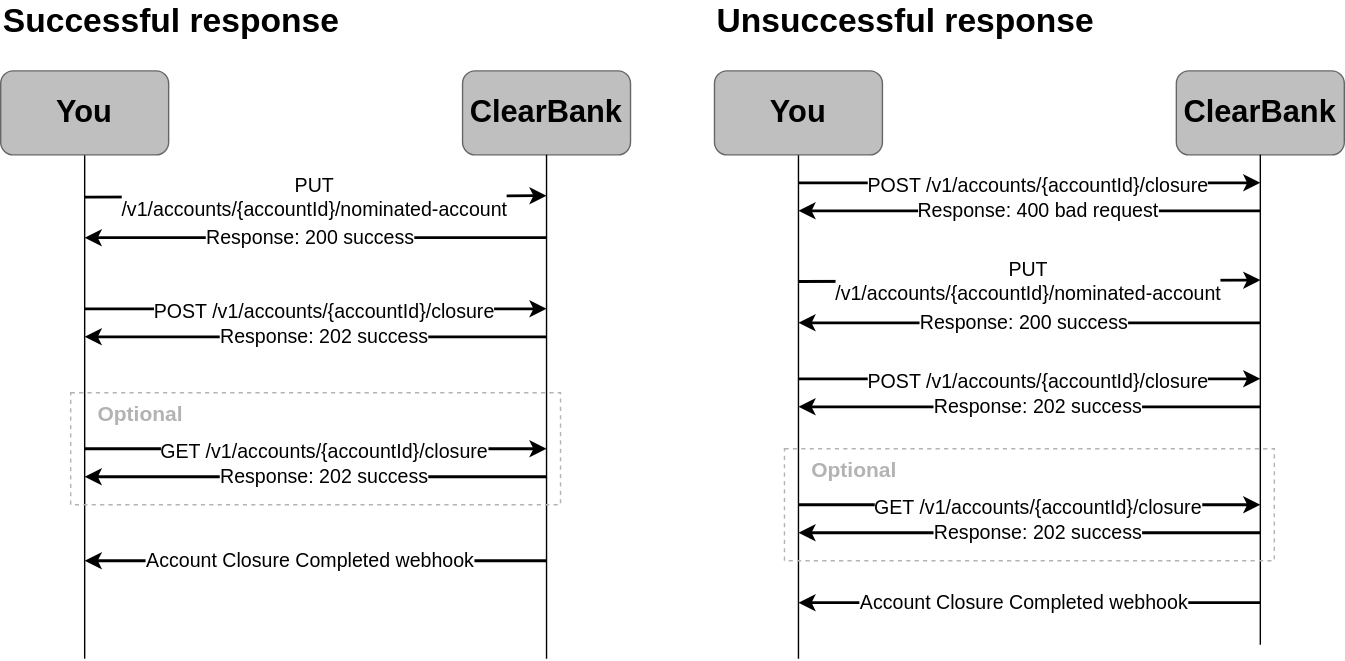
Before: static/assets/images/savings-account-close.svg, a diagram exported from draw.io (clearbank/clearbank.github.io). Source tidied: cells renumbered, new cells last; positions are measured from the earlier drawing's top-left corner, leaving out a move shared by most shapes.
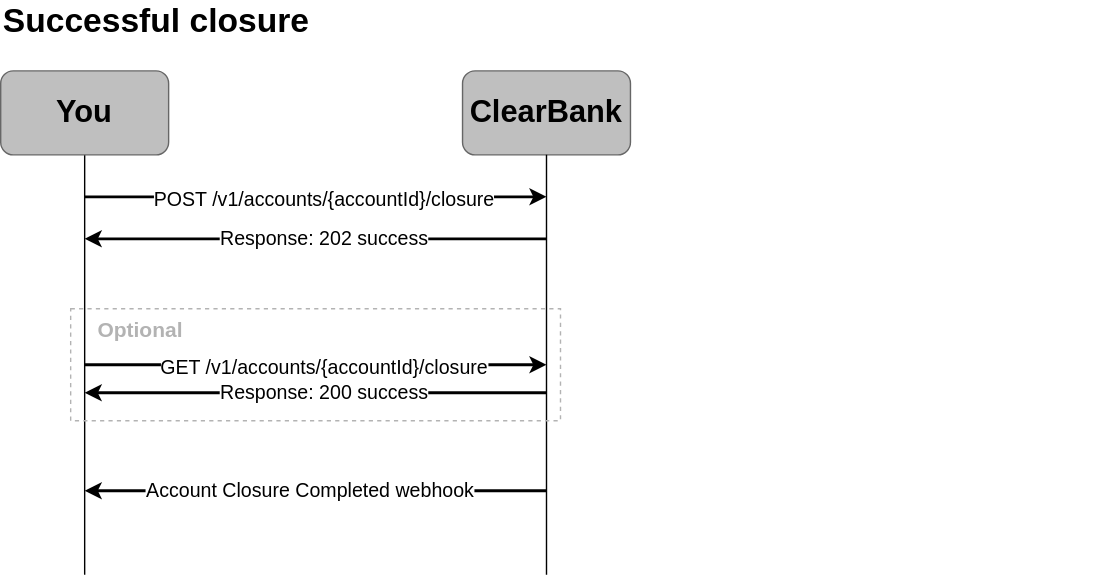
Later version of the same file.

The edit, as a diff of the source:
```diff
@@ -2,148 +2,21 @@
   <root>
     <mxCell id="0" />
     <mxCell id="1" parent="0" />
-    <mxCell id="2" value="ClearBank" style="rounded=1;whiteSpace=wrap;html=1;strokeColor=#666666;fillColor=#BFBFBF;gradientColor=none;fontFamily=Arial;fontStyle=1;fontSize=22;" parent="1" vertex="1">
-      <mxGeometry x="840" y="50" width="120" height="60" as="geometry" />
-    </mxCell>
-    <mxCell id="3" style="edgeStyle=orthogonalEdgeStyle;rounded=0;orthogonalLoop=1;jettySize=auto;html=1;endArrow=none;endFill=0;exitX=0.5;exitY=1;exitDx=0;exitDy=0;fontFamily=Arial;fontSize=13;" parent="1" edge="1">
-      <mxGeometry relative="1" as="geometry">
-        <mxPoint x="900" y="110" as="sourcePoint" />
-        <mxPoint x="900" y="460" as="targetPoint" />
-        <Array as="points">
-          <mxPoint x="900" y="330" />
-        </Array>
-      </mxGeometry>
-    </mxCell>
-    <mxCell id="4" style="edgeStyle=orthogonalEdgeStyle;rounded=0;jettySize=auto;html=1;endArrow=none;endFill=0;fontFamily=Arial;fontSize=13;exitX=0.5;exitY=1;exitDx=0;exitDy=0;" parent="1" edge="1" source="5">
-      <mxGeometry relative="1" as="geometry">
-        <mxPoint x="570" y="470" as="targetPoint" />
-      </mxGeometry>
-    </mxCell>
-    <mxCell id="5" value="You" style="rounded=1;whiteSpace=wrap;html=1;strokeColor=#666666;fillColor=#BFBFBF;gradientColor=none;fontFamily=Arial;fontStyle=1;fontSize=22;" parent="1" vertex="1">
-      <mxGeometry x="510" y="50" width="120" height="60" as="geometry" />
-    </mxCell>
-    <mxCell id="6" style="endArrow=classic;html=1;rounded=0;strokeWidth=2;fontFamily=Arial;fontSize=14;" parent="1" edge="1">
-      <mxGeometry relative="1" as="geometry">
-        <mxPoint x="570" y="130" as="sourcePoint" />
-        <mxPoint x="900" y="130" as="targetPoint" />
-      </mxGeometry>
-    </mxCell>
-    <mxCell id="7" value="POST /v1/accounts/{accountId}/closure" style="edgeLabel;html=1;align=center;verticalAlign=middle;fontFamily=Arial;fontSize=14;" parent="6" vertex="1">
-      <mxGeometry x="0.09" y="-1" relative="1" as="geometry">
-        <mxPoint x="-9" as="offset" />
-      </mxGeometry>
-    </mxCell>
-    <mxCell id="8" style="endArrow=classic;html=1;rounded=0;strokeWidth=2;fontFamily=Arial;fontSize=13;" parent="1" edge="1">
-      <mxGeometry relative="1" as="geometry">
-        <mxPoint x="900" y="150" as="sourcePoint" />
-        <mxPoint x="570" y="150" as="targetPoint" />
-      </mxGeometry>
-    </mxCell>
-    <mxCell id="9" value="Response: 400 bad request" style="edgeLabel;html=1;align=center;verticalAlign=middle;fontFamily=Arial;fontSize=14;" parent="8" vertex="1">
-      <mxGeometry x="0.09" y="-1" relative="1" as="geometry">
-        <mxPoint x="19" as="offset" />
-      </mxGeometry>
-    </mxCell>
-    <mxCell id="10" style="endArrow=classic;html=1;rounded=0;strokeWidth=2;fontFamily=Arial;fontSize=13;entryX=0;entryY=1;entryDx=0;entryDy=0;" parent="1" edge="1">
-      <mxGeometry relative="1" as="geometry">
-        <mxPoint x="570" y="200.5" as="sourcePoint" />
-        <mxPoint x="900" y="199.5" as="targetPoint" />
-      </mxGeometry>
-    </mxCell>
-    <mxCell id="11" value="PUT&lt;br style=&quot;font-size: 14px;&quot;&gt;/v1/accounts/{accountId}/nominated-account" style="edgeLabel;html=1;align=center;verticalAlign=middle;fontFamily=Arial;fontSize=14;" parent="10" vertex="1">
-      <mxGeometry x="0.09" y="-1" relative="1" as="geometry">
-        <mxPoint x="-16" y="-1" as="offset" />
-      </mxGeometry>
-    </mxCell>
-    <mxCell id="12" style="endArrow=classic;html=1;rounded=0;strokeWidth=2;fontFamily=Arial;fontSize=13;" parent="1" edge="1">
-      <mxGeometry relative="1" as="geometry">
-        <mxPoint x="900" y="230" as="sourcePoint" />
-        <mxPoint x="570" y="230" as="targetPoint" />
-      </mxGeometry>
-    </mxCell>
-    <mxCell id="13" value="Response: 200 success" style="edgeLabel;html=1;align=center;verticalAlign=middle;fontFamily=Arial;fontSize=14;" parent="12" vertex="1">
-      <mxGeometry x="0.09" y="-1" relative="1" as="geometry">
-        <mxPoint x="9" as="offset" />
-      </mxGeometry>
-    </mxCell>
-    <mxCell id="14" style="rounded=0;whiteSpace=wrap;html=1;strokeColor=none;fontFamily=Arial;fontSize=13;" parent="1" vertex="1">
-      <mxGeometry x="630" y="30" width="120" height="20" as="geometry" />
-    </mxCell>
-    <mxCell id="15" style="endArrow=classic;html=1;rounded=0;strokeWidth=2;fontFamily=Arial;fontSize=13;" parent="1" edge="1">
-      <mxGeometry relative="1" as="geometry">
-        <mxPoint x="900" y="430" as="sourcePoint" />
-        <mxPoint x="570" y="430" as="targetPoint" />
-      </mxGeometry>
-    </mxCell>
-    <mxCell id="16" value="Account Closure Completed webhook" style="edgeLabel;html=1;align=center;verticalAlign=middle;fontFamily=Arial;fontSize=14;" parent="15" vertex="1">
-      <mxGeometry x="0.09" y="-1" relative="1" as="geometry">
-        <mxPoint x="9" as="offset" />
-      </mxGeometry>
-    </mxCell>
-    <mxCell id="17" style="rounded=0;whiteSpace=wrap;html=1;fillColor=none;strokeColor=#B3B3B3;dashed=1;strokeWidth=1;fontFamily=Arial;" parent="1" vertex="1">
-      <mxGeometry x="560" y="320" width="350" height="80" as="geometry" />
-    </mxCell>
-    <mxCell id="18" style="endArrow=classic;html=1;rounded=0;strokeWidth=2;fontFamily=Arial;fontSize=13;" parent="1" edge="1">
-      <mxGeometry relative="1" as="geometry">
-        <mxPoint x="570" y="360" as="sourcePoint" />
-        <mxPoint x="900" y="360" as="targetPoint" />
-      </mxGeometry>
-    </mxCell>
-    <mxCell id="19" value="GET /v1/accounts/{accountId}/closure" style="edgeLabel;html=1;align=center;verticalAlign=middle;fontFamily=Arial;fontSize=14;" parent="18" vertex="1">
-      <mxGeometry x="0.09" y="-1" relative="1" as="geometry">
-        <mxPoint x="-9" as="offset" />
-      </mxGeometry>
-    </mxCell>
-    <mxCell id="20" style="endArrow=classic;html=1;rounded=0;strokeWidth=2;fontFamily=Arial;fontSize=13;" parent="1" edge="1">
-      <mxGeometry relative="1" as="geometry">
-        <mxPoint x="900" y="380" as="sourcePoint" />
-        <mxPoint x="570" y="380" as="targetPoint" />
-      </mxGeometry>
-    </mxCell>
-    <mxCell id="21" value="Response: 202 success" style="edgeLabel;html=1;align=center;verticalAlign=middle;fontFamily=Arial;fontSize=14;" parent="20" vertex="1">
-      <mxGeometry x="0.09" y="-1" relative="1" as="geometry">
-        <mxPoint x="19" as="offset" />
-      </mxGeometry>
-    </mxCell>
-    <mxCell id="22" value="Optional" style="text;html=1;align=center;verticalAlign=middle;whiteSpace=wrap;rounded=0;fontColor=#B3B3B3;fontStyle=1;fontSize=15;fontFamily=Arial;" parent="1" vertex="1">
-      <mxGeometry x="580" y="320" width="60" height="30" as="geometry" />
-    </mxCell>
-    <mxCell id="23" style="endArrow=classic;html=1;rounded=0;strokeWidth=2;fontFamily=Arial;fontSize=13;" parent="1" edge="1">
-      <mxGeometry relative="1" as="geometry">
-        <mxPoint x="570" y="270" as="sourcePoint" />
-        <mxPoint x="900" y="270" as="targetPoint" />
-      </mxGeometry>
-    </mxCell>
-    <mxCell id="24" value="POST /v1/accounts/{accountId}/closure" style="edgeLabel;html=1;align=center;verticalAlign=middle;fontFamily=Arial;fontSize=14;" parent="23" vertex="1">
-      <mxGeometry x="0.09" y="-1" relative="1" as="geometry">
-        <mxPoint x="-9" as="offset" />
-      </mxGeometry>
-    </mxCell>
-    <mxCell id="25" style="endArrow=classic;html=1;rounded=0;strokeWidth=2;fontFamily=Arial;fontSize=13;" parent="1" edge="1">
-      <mxGeometry relative="1" as="geometry">
-        <mxPoint x="900" y="290" as="sourcePoint" />
-        <mxPoint x="570" y="290" as="targetPoint" />
-      </mxGeometry>
-    </mxCell>
-    <mxCell id="26" value="Response: 202 success" style="edgeLabel;html=1;align=center;verticalAlign=middle;fontFamily=Arial;fontSize=14;" parent="25" vertex="1">
-      <mxGeometry x="0.09" y="-1" relative="1" as="geometry">
-        <mxPoint x="19" as="offset" />
-      </mxGeometry>
-    </mxCell>
     <mxCell id="27" value="ClearBank" style="rounded=1;whiteSpace=wrap;html=1;strokeColor=#666666;fillColor=#BFBFBF;gradientColor=none;fontFamily=Arial;fontStyle=1;fontSize=22;" parent="1" vertex="1">
       <mxGeometry x="330" y="50" width="120" height="60" as="geometry" />
     </mxCell>
     <mxCell id="28" style="edgeStyle=orthogonalEdgeStyle;rounded=0;jettySize=auto;html=1;endArrow=none;endFill=0;exitX=0.5;exitY=1;exitDx=0;exitDy=0;fontFamily=Arial;fontSize=13;" parent="1" edge="1" source="27">
       <mxGeometry relative="1" as="geometry">
-        <mxPoint x="390" y="470" as="targetPoint" />
+        <mxPoint x="390" y="410" as="targetPoint" />
         <Array as="points">
-          <mxPoint x="390" y="330" />
+          <mxPoint x="390" y="370" />
+          <mxPoint x="390" y="370" />
         </Array>
       </mxGeometry>
     </mxCell>
     <mxCell id="29" style="edgeStyle=orthogonalEdgeStyle;rounded=0;jettySize=auto;html=1;endArrow=none;endFill=0;fontFamily=Arial;fontSize=13;" parent="1" edge="1" source="30">
       <mxGeometry relative="1" as="geometry">
-        <mxPoint x="60" y="470" as="targetPoint" />
+        <mxPoint x="60" y="410" as="targetPoint" />
       </mxGeometry>
     </mxCell>
     <mxCell id="30" value="You" style="rounded=1;whiteSpace=wrap;html=1;strokeColor=#666666;fillColor=#BFBFBF;gradientColor=none;fontFamily=Arial;fontStyle=1;fontSize=22;" parent="1" vertex="1">
@@ -151,8 +24,8 @@
     </mxCell>
     <mxCell id="31" style="endArrow=classic;html=1;rounded=0;strokeWidth=2;fontFamily=Arial;fontSize=13;" parent="1" edge="1">
       <mxGeometry relative="1" as="geometry">
-        <mxPoint x="60" y="220" as="sourcePoint" />
-        <mxPoint x="390" y="220" as="targetPoint" />
+        <mxPoint x="60" y="140" as="sourcePoint" />
+        <mxPoint x="390" y="140" as="targetPoint" />
       </mxGeometry>
     </mxCell>
     <mxCell id="32" value="POST /v1/accounts/{accountId}/closure" style="edgeLabel;html=1;align=center;verticalAlign=middle;fontFamily=Arial;fontSize=14;" parent="31" vertex="1">
@@ -162,8 +35,8 @@
     </mxCell>
     <mxCell id="33" style="endArrow=classic;html=1;rounded=0;strokeWidth=2;fontFamily=Arial;fontSize=13;" parent="1" edge="1">
       <mxGeometry relative="1" as="geometry">
-        <mxPoint x="390" y="240" as="sourcePoint" />
-        <mxPoint x="60" y="240" as="targetPoint" />
+        <mxPoint x="390" y="170" as="sourcePoint" />
+        <mxPoint x="60" y="170" as="targetPoint" />
       </mxGeometry>
     </mxCell>
     <mxCell id="34" value="Response: 202 success" style="edgeLabel;html=1;align=center;verticalAlign=middle;fontFamily=Arial;fontSize=14;" parent="33" vertex="1">
@@ -171,32 +44,10 @@
         <mxPoint x="19" as="offset" />
       </mxGeometry>
     </mxCell>
-    <mxCell id="35" style="endArrow=classic;html=1;rounded=0;strokeWidth=2;fontFamily=Arial;fontSize=13;entryX=0;entryY=1;entryDx=0;entryDy=0;" parent="1" edge="1">
-      <mxGeometry relative="1" as="geometry">
-        <mxPoint x="60" y="140.2" as="sourcePoint" />
-        <mxPoint x="390" y="139.2" as="targetPoint" />
-      </mxGeometry>
-    </mxCell>
-    <mxCell id="36" value="PUT&lt;br style=&quot;font-size: 14px;&quot;&gt;/v1/accounts/{accountId}/nominated-account" style="edgeLabel;html=1;align=center;verticalAlign=middle;fontFamily=Arial;fontSize=14;" parent="35" vertex="1">
-      <mxGeometry x="0.09" y="-1" relative="1" as="geometry">
-        <mxPoint x="-16" y="-1" as="offset" />
-      </mxGeometry>
-    </mxCell>
-    <mxCell id="37" style="endArrow=classic;html=1;rounded=0;strokeWidth=2;fontFamily=Arial;fontSize=13;" parent="1" edge="1">
-      <mxGeometry relative="1" as="geometry">
-        <mxPoint x="390" y="169.2" as="sourcePoint" />
-        <mxPoint x="60" y="169.2" as="targetPoint" />
-      </mxGeometry>
-    </mxCell>
-    <mxCell id="38" value="Response: 200 success" style="edgeLabel;html=1;align=center;verticalAlign=middle;fontFamily=Arial;fontSize=14;" parent="37" vertex="1">
-      <mxGeometry x="0.09" y="-1" relative="1" as="geometry">
-        <mxPoint x="9" as="offset" />
-      </mxGeometry>
-    </mxCell>
     <mxCell id="39" style="endArrow=classic;html=1;rounded=0;strokeWidth=2;fontFamily=Arial;fontSize=13;" parent="1" edge="1">
       <mxGeometry relative="1" as="geometry">
-        <mxPoint x="390" y="400" as="sourcePoint" />
-        <mxPoint x="60" y="400" as="targetPoint" />
+        <mxPoint x="390" y="350" as="sourcePoint" />
+        <mxPoint x="60" y="350" as="targetPoint" />
       </mxGeometry>
     </mxCell>
     <mxCell id="40" value="Account Closure Completed webhook" style="edgeLabel;html=1;align=center;verticalAlign=middle;fontFamily=Arial;fontSize=14;" parent="39" vertex="1">
@@ -205,12 +56,12 @@
       </mxGeometry>
     </mxCell>
     <mxCell id="41" style="rounded=0;whiteSpace=wrap;html=1;fillColor=none;strokeColor=#B3B3B3;dashed=1;strokeWidth=1;fontFamily=Arial;" parent="1" vertex="1">
-      <mxGeometry x="50" y="280" width="350" height="80" as="geometry" />
+      <mxGeometry x="50" y="220" width="350" height="80" as="geometry" />
     </mxCell>
     <mxCell id="42" style="endArrow=classic;html=1;rounded=0;strokeWidth=2;fontFamily=Arial;fontSize=13;" parent="1" edge="1">
       <mxGeometry relative="1" as="geometry">
-        <mxPoint x="60" y="320" as="sourcePoint" />
-        <mxPoint x="390" y="320" as="targetPoint" />
+        <mxPoint x="60" y="260" as="sourcePoint" />
+        <mxPoint x="390" y="260" as="targetPoint" />
       </mxGeometry>
     </mxCell>
     <mxCell id="43" value="GET /v1/accounts/{accountId}/closure" style="edgeLabel;html=1;align=center;verticalAlign=middle;fontFamily=Arial;fontSize=14;" parent="42" vertex="1">
@@ -220,23 +71,23 @@
     </mxCell>
     <mxCell id="44" style="endArrow=classic;html=1;rounded=0;strokeWidth=2;fontFamily=Arial;fontSize=13;" parent="1" edge="1">
       <mxGeometry relative="1" as="geometry">
-        <mxPoint x="390" y="340" as="sourcePoint" />
-        <mxPoint x="60" y="340" as="targetPoint" />
+        <mxPoint x="390" y="280" as="sourcePoint" />
+        <mxPoint x="60" y="280" as="targetPoint" />
       </mxGeometry>
     </mxCell>
-    <mxCell id="45" value="Response: 202 success" style="edgeLabel;html=1;align=center;verticalAlign=middle;fontFamily=Arial;fontSize=14;" parent="44" vertex="1">
+    <mxCell id="45" value="Response: 200 success" style="edgeLabel;html=1;align=center;verticalAlign=middle;fontFamily=Arial;fontSize=14;" parent="44" vertex="1">
       <mxGeometry x="0.09" y="-1" relative="1" as="geometry">
         <mxPoint x="19" as="offset" />
       </mxGeometry>
     </mxCell>
     <mxCell id="46" value="Optional" style="text;html=1;align=center;verticalAlign=middle;whiteSpace=wrap;rounded=0;fontColor=#B3B3B3;fontStyle=1;fontSize=15;fontFamily=Arial;" parent="1" vertex="1">
-      <mxGeometry x="70" y="280" width="60" height="30" as="geometry" />
+      <mxGeometry x="70" y="220" width="60" height="30" as="geometry" />
     </mxCell>
-    <mxCell id="47" value="Successful response" style="text;html=1;align=left;verticalAlign=middle;whiteSpace=wrap;rounded=0;fontColor=#000000;fontStyle=1;fontSize=24;fontFamily=Arial;" parent="1" vertex="1">
+    <mxCell id="47" value="Successful closure" style="text;html=1;align=left;verticalAlign=middle;whiteSpace=wrap;rounded=0;fontColor=#000000;fontStyle=1;fontSize=24;fontFamily=Arial;" parent="1" vertex="1">
       <mxGeometry width="300" height="30" as="geometry" />
     </mxCell>
-    <mxCell id="48" value="Unsuccessful response" style="text;html=1;align=left;verticalAlign=middle;whiteSpace=wrap;rounded=0;fontColor=#000000;fontStyle=1;fontSize=24;fontFamily=Arial;" parent="1" vertex="1">
-      <mxGeometry x="510" width="300" height="30" as="geometry" />
-    </mxCell>
+    <mxCell id="49" style="rounded=0;whiteSpace=wrap;html=1;strokeColor=none;fillColor=none;" parent="1" vertex="1">
+      <mxGeometry x="450" y="120" width="330" height="80" as="geometry" />
+    </mxCell>
   </root>
 </mxGraphModel>
```
